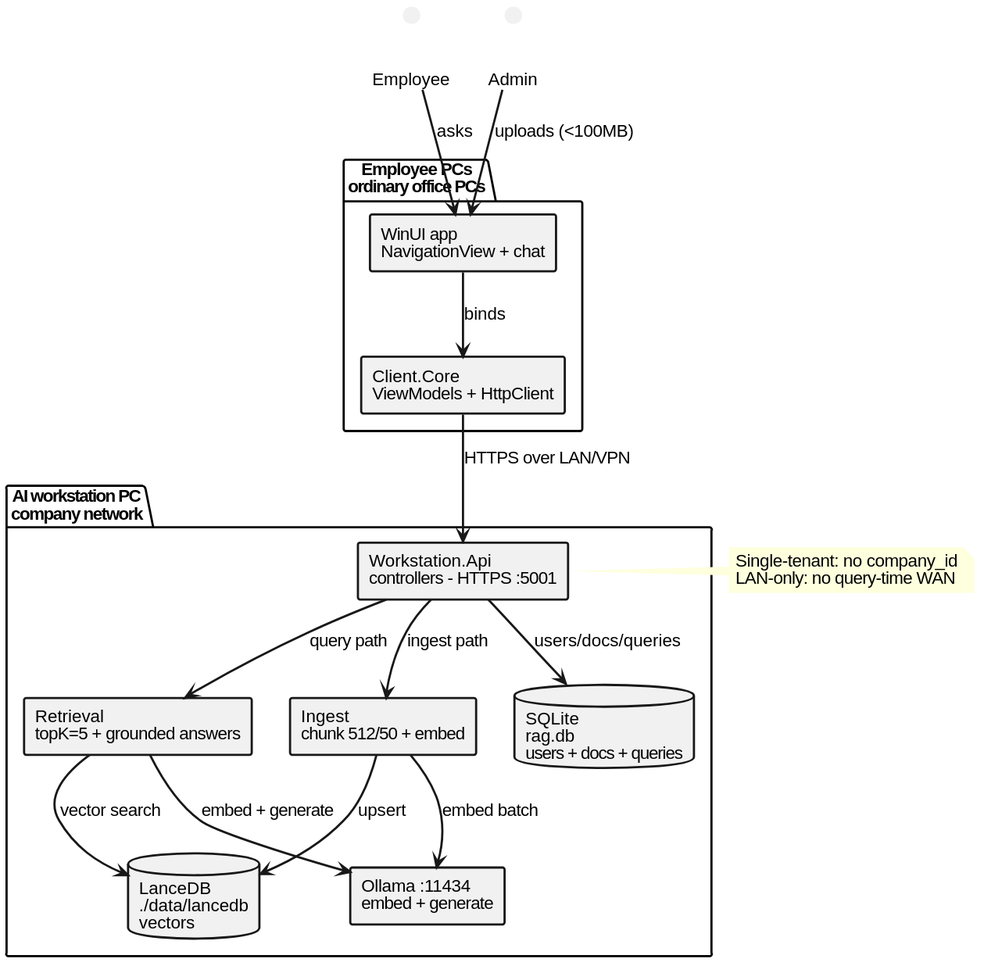
This is docs/images/architecture.svg from daskas-welt/raggit, a PlantUML export, as it was before one commit. Its source is kept beside it as docs/architecture.puml.
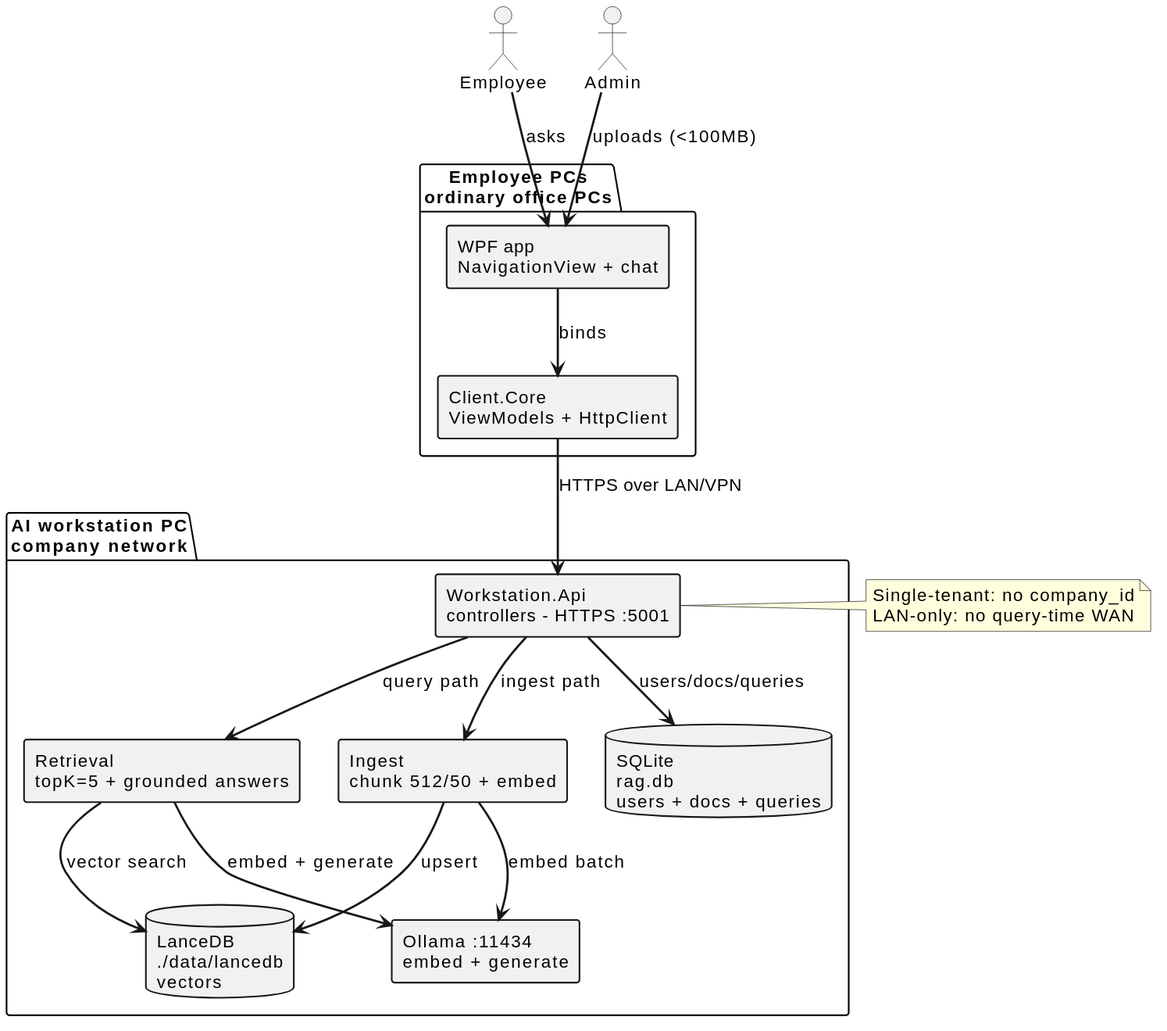
After the commit.

What changed in the source:
```diff
@@ -18,7 +18,7 @@
 actor Admin as admin
 
 package "Employee PCs\nordinary office PCs" {
-  rectangle "WinUI app\nNavigationView + chat" as winui
+  rectangle "WPF app\nNavigationView + chat" as app
   rectangle "Client.Core\nViewModels + HttpClient" as core
 }
 
@@ -31,9 +31,9 @@
   rectangle "Ollama :11434\nembed + generate" as ollama
 }
 
-employee --> winui : asks
-admin --> winui : uploads (<100MB)
-winui --> core : binds
+employee --> app : asks
+admin --> app : uploads (<100MB)
+app --> core : binds
 core --> api : HTTPS over LAN/VPN
 api --> retrieval : query path
 api --> ingest : ingest path
```
